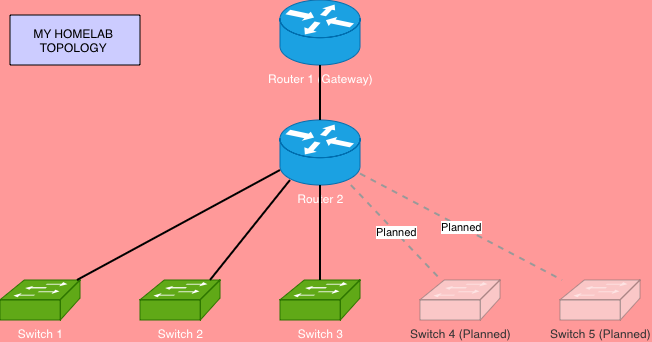
B1naryBloom/CCNA-Home-Lab keeps this draw.io diagram as homelab-topology.drawio.png. Above is the earlier version. Source tidied: cells renumbered, new cells last; positions are measured from the earlier drawing's top-left corner, leaving out a move shared by most shapes.
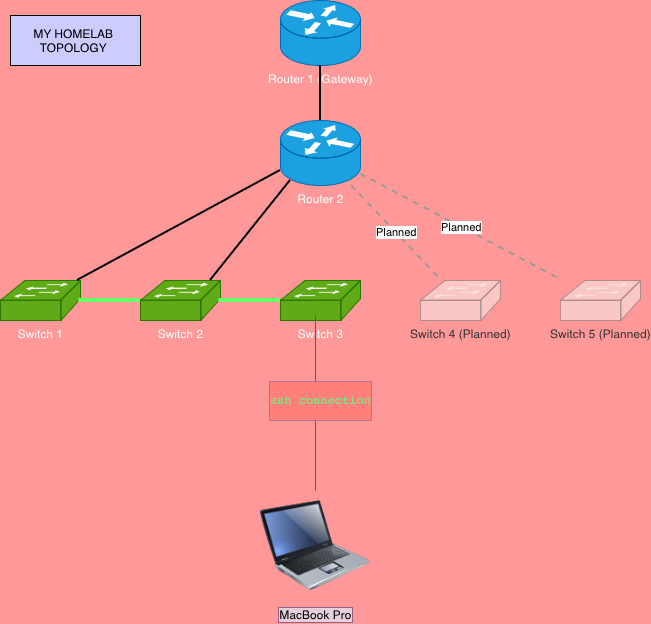
Above is the later version.

The edit, as a diff of the source:
```diff
@@ -32,9 +32,6 @@
     <mxCell id="11" style="endArrow=none;html=1;strokeWidth=2;rounded=0;entryX=0.875;entryY=0;entryDx=0;entryDy=0;entryPerimeter=0;exitX=0.125;exitY=0.923;exitDx=0;exitDy=0;exitPerimeter=0;" parent="1" edge="1" source="3" target="5">
       <mxGeometry relative="1" as="geometry" />
     </mxCell>
-    <mxCell id="12" style="endArrow=none;html=1;strokeWidth=2;rounded=0;" parent="1" edge="1" source="3" target="6">
-      <mxGeometry relative="1" as="geometry" />
-    </mxCell>
     <mxCell id="13" value="Planned" style="endArrow=none;html=1;strokeWidth=2;dashed=1;strokeColor=#999999;rounded=0;" parent="1" edge="1" source="3" target="7">
       <mxGeometry relative="1" as="geometry" />
     </mxCell>
@@ -44,5 +41,24 @@
     <mxCell id="15" value="MY HOMELAB&amp;nbsp;&lt;div&gt;TOPOLOGY&amp;nbsp;&lt;/div&gt;" style="rounded=0;whiteSpace=wrap;html=1;fillColor=#CCCCFF;" parent="1" vertex="1">
       <mxGeometry x="10" y="15" width="130" height="50" as="geometry" />
     </mxCell>
+    <mxCell id="16" value="&lt;pre&gt;&lt;span style=&quot;color: rgb(89, 255, 130);&quot;&gt;ssh connection&lt;/span&gt;&lt;/pre&gt;" style="edgeStyle=none;curved=1;rounded=0;jettySize=auto;html=1;strokeColor=#028090;fontSize=12;fontColor=#E4FDE1;startSize=8;endSize=8;fillColor=#F45B69;endArrow=none;endFill=0;entryX=0.75;entryY=0.75;entryDx=0;entryDy=0;entryPerimeter=0;labelBackgroundColor=#FF807B;verticalAlign=middle;labelPosition=center;verticalLabelPosition=middle;align=center;labelBorderColor=#B5739D;" parent="1" edge="1" source="17" target="18">
+      <mxGeometry x="0.03" y="-5" relative="1" as="geometry" />
+    </mxCell>
+    <mxCell id="17" value="MacBook Pro" style="image;points=[];html=1;align=center;verticalAlign=top;image=img/lib/clip_art/computers/Laptop_128x128.png;labelBackgroundColor=#e6d0de;labelBorderColor=#996185;" parent="1" vertex="1">
+      <mxGeometry x="260" y="490" width="110" height="110" as="geometry" />
+    </mxCell>
+    <mxCell id="18" style="shape=waypoint;sketch=0;size=6;points=[];fillColor=default;perimeter=centerPerimeter;snapToPoint=1;verticalAlign=top;labelBackgroundColor=#e6d0de;labelBorderColor=#996185;strokeColor=none;dashed=1;dashPattern=1 1;" parent="1" vertex="1">
+      <mxGeometry x="305" y="305" width="20" height="20" as="geometry" />
+    </mxCell>
+    <mxCell id="19" style="rounded=0;jettySize=auto;html=1;strokeColor=#66FF66;fontSize=12;fontColor=#143642;fillColor=#B6FAB2;strokeWidth=4;entryX=0.98;entryY=0.5;entryDx=0;entryDy=0;entryPerimeter=0;endArrow=none;endFill=0;dashPattern=1 2;targetPerimeterSpacing=-2;" parent="1" edge="1" source="6" target="5">
+      <mxGeometry relative="1" as="geometry">
+        <Array as="points">
+          <mxPoint x="260" y="300" />
+        </Array>
+      </mxGeometry>
+    </mxCell>
+    <mxCell id="20" style="edgeStyle=none;curved=1;rounded=0;jettySize=auto;html=1;entryX=0.98;entryY=0.5;entryDx=0;entryDy=0;entryPerimeter=0;strokeColor=#66FF66;fontSize=12;fontColor=#143642;startSize=8;endSize=8;fillColor=#FAE5C7;endArrow=none;endFill=0;strokeWidth=4;" parent="1" edge="1" source="5" target="4">
+      <mxGeometry relative="1" as="geometry" />
+    </mxCell>
   </root>
 </mxGraphModel>
```
